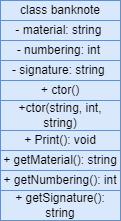
This is Untitled Diagram.drawio.png from Davud1Ramazanov/classBanknonte, a draw.io export, as it was before one commit. Source tidied: cells renumbered, new cells last; positions are measured from the earlier drawing's top-left corner, leaving out a move shared by most shapes.
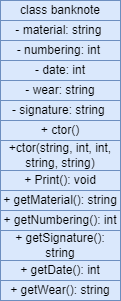
After the commit.

The edit, as a diff of the source:
```diff
@@ -4,18 +4,18 @@
     <mxCell id="1" parent="0" />
     <mxCell id="2" style="edgeStyle=orthogonalEdgeStyle;rounded=0;orthogonalLoop=1;jettySize=auto;html=1;" parent="1" edge="1">
       <mxGeometry relative="1" as="geometry">
-        <mxPoint x="50" y="20" as="sourcePoint" />
-        <mxPoint x="50" y="20" as="targetPoint" />
+        <mxPoint x="50" y="-20" as="sourcePoint" />
+        <mxPoint x="50" y="-20" as="targetPoint" />
       </mxGeometry>
     </mxCell>
     <mxCell id="3" value="class banknote" style="rounded=0;whiteSpace=wrap;html=1;fillColor=#dae8fc;strokeColor=#6c8ebf;" parent="1" vertex="1">
-      <mxGeometry width="120" height="20" as="geometry" />
+      <mxGeometry y="-40" width="120" height="20" as="geometry" />
     </mxCell>
     <mxCell id="4" value="- material: string&amp;nbsp;" style="rounded=0;whiteSpace=wrap;html=1;fillColor=#dae8fc;strokeColor=#6c8ebf;" parent="1" vertex="1">
-      <mxGeometry y="20" width="120" height="20" as="geometry" />
+      <mxGeometry y="-20" width="120" height="20" as="geometry" />
     </mxCell>
     <mxCell id="5" value="- numbering: int&amp;nbsp;" style="rounded=0;whiteSpace=wrap;html=1;fillColor=#dae8fc;strokeColor=#6c8ebf;" parent="1" vertex="1">
-      <mxGeometry y="40" width="120" height="20" as="geometry" />
+      <mxGeometry width="120" height="20" as="geometry" />
     </mxCell>
     <mxCell id="6" value="- signature: string&amp;nbsp;" style="rounded=0;whiteSpace=wrap;html=1;fillColor=#dae8fc;strokeColor=#6c8ebf;" parent="1" vertex="1">
       <mxGeometry y="60" width="120" height="20" as="geometry" />
@@ -32,11 +32,23 @@
     <mxCell id="10" value="+ Print(): void" style="rounded=0;whiteSpace=wrap;html=1;fillColor=#dae8fc;strokeColor=#6c8ebf;" parent="1" vertex="1">
       <mxGeometry y="130" width="120" height="20" as="geometry" />
     </mxCell>
-    <mxCell id="11" value="+ctor(string, int, string)" style="rounded=0;whiteSpace=wrap;html=1;fillColor=#dae8fc;strokeColor=#6c8ebf;" parent="1" vertex="1">
+    <mxCell id="11" value="+ctor(string, int, int, string, string)" style="rounded=0;whiteSpace=wrap;html=1;fillColor=#dae8fc;strokeColor=#6c8ebf;" parent="1" vertex="1">
       <mxGeometry y="100" width="120" height="30" as="geometry" />
     </mxCell>
     <mxCell id="12" value="+ ctor()" style="rounded=0;whiteSpace=wrap;html=1;fillColor=#dae8fc;strokeColor=#6c8ebf;" parent="1" vertex="1">
       <mxGeometry y="80" width="120" height="20" as="geometry" />
     </mxCell>
+    <mxCell id="13" value="- date: int" style="rounded=0;whiteSpace=wrap;html=1;fillColor=#dae8fc;strokeColor=#6c8ebf;" parent="1" vertex="1">
+      <mxGeometry y="20" width="120" height="20" as="geometry" />
+    </mxCell>
+    <mxCell id="14" value="- wear: string" style="rounded=0;whiteSpace=wrap;html=1;fillColor=#dae8fc;strokeColor=#6c8ebf;" parent="1" vertex="1">
+      <mxGeometry y="40" width="120" height="20" as="geometry" />
+    </mxCell>
+    <mxCell id="15" value="+ getDate(): int" style="rounded=0;whiteSpace=wrap;html=1;fillColor=#dae8fc;strokeColor=#6c8ebf;" parent="1" vertex="1">
+      <mxGeometry y="220" width="120" height="20" as="geometry" />
+    </mxCell>
+    <mxCell id="16" value="+ getWear(): string" style="rounded=0;whiteSpace=wrap;html=1;fillColor=#dae8fc;strokeColor=#6c8ebf;" parent="1" vertex="1">
+      <mxGeometry y="240" width="120" height="20" as="geometry" />
+    </mxCell>
   </root>
 </mxGraphModel>
```
